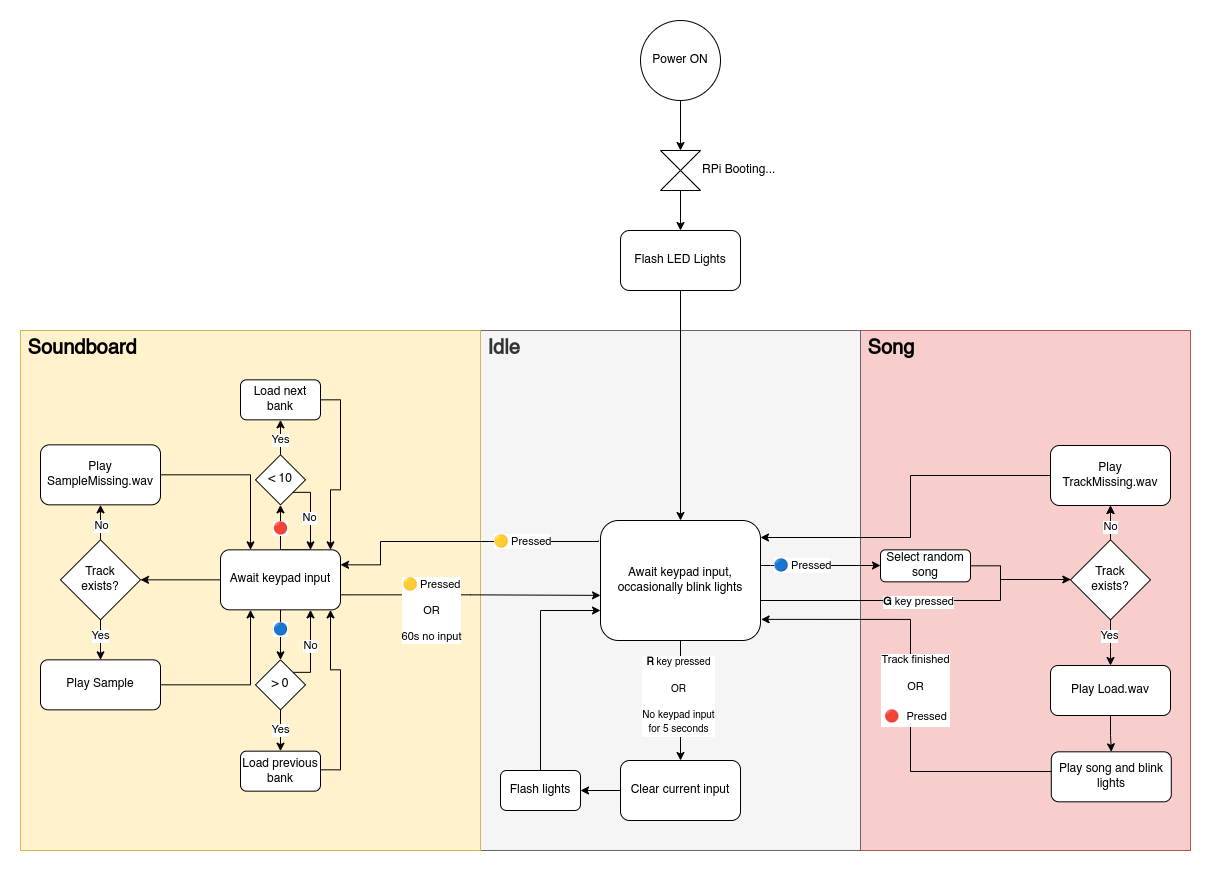
This is Docs/Diag.png from TuDo-Makerspace/Jukebox, a draw.io export, as it was before one commit. Source tidied: cells renumbered, new cells last; positions are measured from the earlier drawing's top-left corner, leaving out a move shared by most shapes.
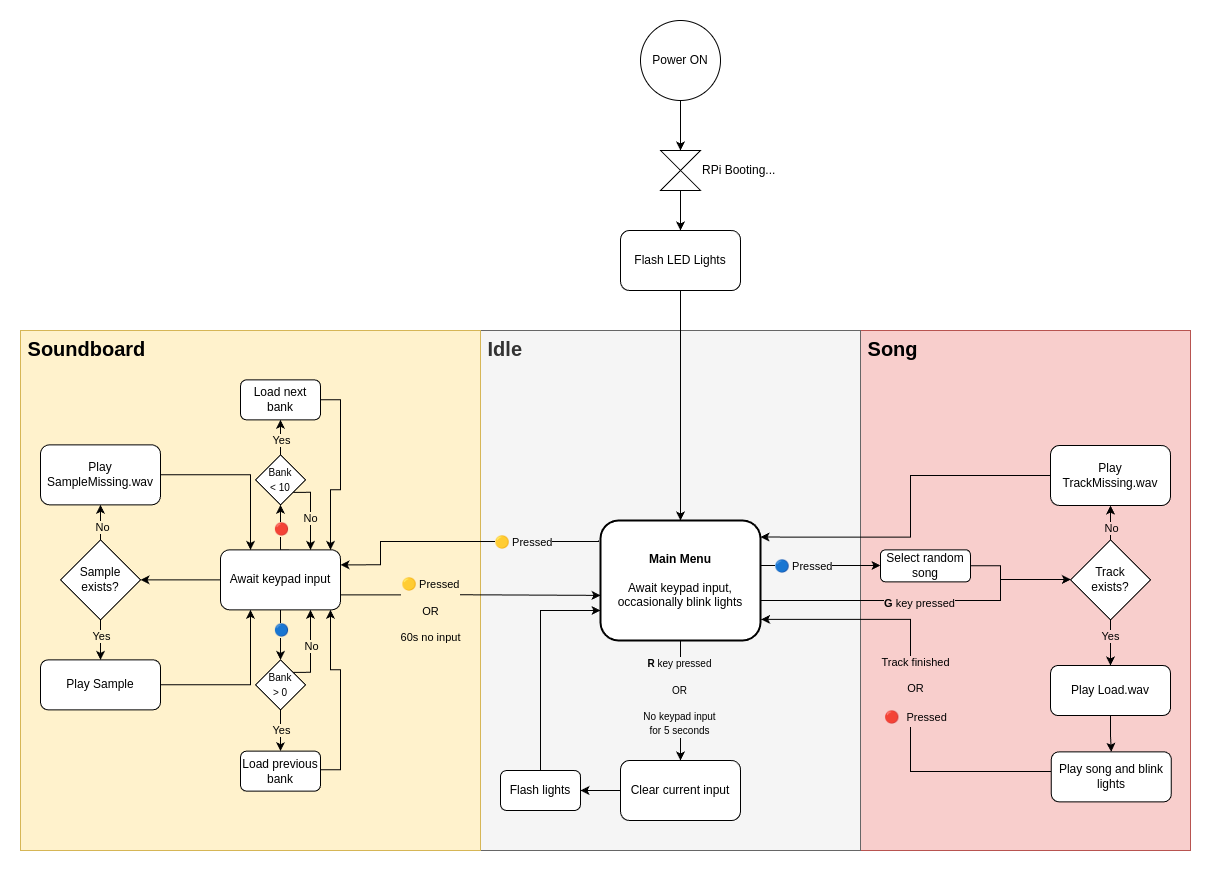
Later version of the same file.

Diff of the diagram source:
```diff
@@ -20,7 +20,7 @@
     <mxCell id="7" style="edgeStyle=orthogonalEdgeStyle;rounded=0;jettySize=auto;html=1;exitX=0.5;exitY=1;exitDx=0;exitDy=0;entryX=0.5;entryY=0;entryDx=0;entryDy=0;" parent="1" edge="1" source="15" target="21">
       <mxGeometry relative="1" as="geometry" />
     </mxCell>
-    <mxCell id="8" value="&lt;font style=&quot;font-size: 10px;&quot;&gt;&lt;b&gt;R&lt;/b&gt;&amp;nbsp;key pressed&lt;br&gt;&lt;br&gt;OR&lt;br&gt;&lt;br&gt;No keypad input&lt;/font&gt;&lt;div style=&quot;font-size: 12px;&quot;&gt;&lt;font style=&quot;font-size: 10px;&quot;&gt;for 5 seconds&lt;/font&gt;&lt;/div&gt;" style="edgeLabel;html=1;align=center;verticalAlign=middle;" parent="7" vertex="1">
+    <mxCell id="8" value="&lt;font style=&quot;font-size: 10px;&quot;&gt;&lt;b&gt;R&lt;/b&gt;&amp;nbsp;key pressed&lt;br&gt;&lt;br&gt;OR&lt;br&gt;&lt;br&gt;No keypad input&lt;/font&gt;&lt;div style=&quot;font-size: 12px;&quot;&gt;&lt;font style=&quot;font-size: 10px;&quot;&gt;for 5 seconds&lt;/font&gt;&lt;/div&gt;" style="edgeLabel;html=1;align=center;verticalAlign=middle;labelBackgroundColor=#F5F5F5;" parent="7" vertex="1">
       <mxGeometry x="-0.07" y="-2" relative="1" as="geometry" />
     </mxCell>
     <mxCell id="9" style="edgeStyle=orthogonalEdgeStyle;rounded=0;jettySize=auto;html=1;" parent="1" edge="1" source="15" target="29">
@@ -31,7 +31,7 @@
         </Array>
       </mxGeometry>
     </mxCell>
-    <mxCell id="10" value="&lt;b&gt;G&lt;/b&gt;&amp;nbsp;key pressed" style="edgeLabel;html=1;align=center;verticalAlign=middle;" parent="9" vertex="1">
+    <mxCell id="10" value="&lt;b&gt;G&lt;/b&gt;&amp;nbsp;key pressed" style="edgeLabel;html=1;align=center;verticalAlign=middle;labelBackgroundColor=#F8CECC;" parent="9" vertex="1">
       <mxGeometry x="-0.05" y="-2" relative="1" as="geometry" />
     </mxCell>
     <mxCell id="11" style="edgeStyle=orthogonalEdgeStyle;rounded=0;jettySize=auto;html=1;entryX=1;entryY=0.25;entryDx=0;entryDy=0;" parent="1" edge="1" target="42">
@@ -44,7 +44,7 @@
         </Array>
       </mxGeometry>
     </mxCell>
-    <mxCell id="12" value="&lt;strong style=&quot;color: rgb(59, 59, 59); font-family: -apple-system, BlinkMacSystemFont, &amp;quot;Segoe WPC&amp;quot;, &amp;quot;Segoe UI&amp;quot;, system-ui, Ubuntu, &amp;quot;Droid Sans&amp;quot;, sans-serif; text-align: start; text-wrap-mode: wrap;&quot;&gt;&lt;font style=&quot;font-size: 12px;&quot;&gt;🟡&amp;nbsp;&lt;/font&gt;&lt;/strong&gt;Pressed" style="edgeLabel;html=1;align=center;verticalAlign=middle;" parent="11" vertex="1">
+    <mxCell id="12" value="&lt;strong style=&quot;color: rgb(59, 59, 59); font-family: -apple-system, BlinkMacSystemFont, &amp;quot;Segoe WPC&amp;quot;, &amp;quot;Segoe UI&amp;quot;, system-ui, Ubuntu, &amp;quot;Droid Sans&amp;quot;, sans-serif; text-align: start; text-wrap-mode: wrap;&quot;&gt;&lt;font style=&quot;font-size: 12px;&quot;&gt;🟡&amp;nbsp;&lt;/font&gt;&lt;/strong&gt;Pressed" style="edgeLabel;html=1;align=center;verticalAlign=middle;labelBackgroundColor=#F5F5F5;" parent="11" vertex="1">
       <mxGeometry x="-0.21" y="1" relative="1" as="geometry">
         <mxPoint x="34" y="-1" as="offset" />
       </mxGeometry>
@@ -57,12 +57,12 @@
         </Array>
       </mxGeometry>
     </mxCell>
-    <mxCell id="14" value="&lt;strong style=&quot;forced-color-adjust: none; font-size: 11px; font-style: normal; font-variant-ligatures: normal; font-variant-caps: normal; letter-spacing: normal; orphans: 2; text-indent: 0px; text-transform: none; widows: 2; word-spacing: 0px; -webkit-text-stroke-width: 0px; white-space: normal; text-decoration-thickness: initial; text-decoration-style: initial; text-decoration-color: initial; color: rgb(59, 59, 59); font-family: -apple-system, BlinkMacSystemFont, &amp;quot;Segoe WPC&amp;quot;, &amp;quot;Segoe UI&amp;quot;, system-ui, Ubuntu, &amp;quot;Droid Sans&amp;quot;, sans-serif; text-align: start;&quot;&gt;&lt;font style=&quot;forced-color-adjust: none; font-size: 12px;&quot;&gt;&lt;strong style=&quot;background-color: light-dark(#ffffff, var(--ge-dark-color, #121212));&quot;&gt;🔵&lt;/strong&gt;&amp;nbsp;&lt;/font&gt;&lt;/strong&gt;&lt;span style=&quot;color: rgb(0, 0, 0); font-family: Helvetica; font-size: 11px; font-style: normal; font-variant-ligatures: normal; font-variant-caps: normal; font-weight: 400; letter-spacing: normal; orphans: 2; text-align: center; text-indent: 0px; text-transform: none; widows: 2; word-spacing: 0px; -webkit-text-stroke-width: 0px; white-space: nowrap; background-color: rgb(255, 255, 255); text-decoration-thickness: initial; text-decoration-style: initial; text-decoration-color: initial; display: inline !important; float: none;&quot;&gt;Pressed&lt;/span&gt;" style="edgeLabel;html=1;align=center;verticalAlign=middle;" parent="13" vertex="1">
+    <mxCell id="14" value="&lt;strong style=&quot;forced-color-adjust: none; font-size: 11px; font-style: normal; font-variant-ligatures: normal; font-variant-caps: normal; letter-spacing: normal; orphans: 2; text-indent: 0px; text-transform: none; widows: 2; word-spacing: 0px; -webkit-text-stroke-width: 0px; white-space: normal; text-decoration-thickness: initial; text-decoration-style: initial; text-decoration-color: initial; color: rgb(59, 59, 59); font-family: -apple-system, BlinkMacSystemFont, &amp;quot;Segoe WPC&amp;quot;, &amp;quot;Segoe UI&amp;quot;, system-ui, Ubuntu, &amp;quot;Droid Sans&amp;quot;, sans-serif; text-align: start;&quot;&gt;&lt;font style=&quot;forced-color-adjust: none; font-size: 12px;&quot;&gt;&lt;strong style=&quot;&quot;&gt;🔵&lt;/strong&gt;&amp;nbsp;&lt;/font&gt;&lt;/strong&gt;&lt;span style=&quot;color: rgb(0, 0, 0); font-family: Helvetica; font-size: 11px; font-style: normal; font-variant-ligatures: normal; font-variant-caps: normal; font-weight: 400; letter-spacing: normal; orphans: 2; text-align: center; text-indent: 0px; text-transform: none; widows: 2; word-spacing: 0px; -webkit-text-stroke-width: 0px; white-space: nowrap; text-decoration-thickness: initial; text-decoration-style: initial; text-decoration-color: initial; float: none; display: inline !important;&quot;&gt;Pressed&lt;/span&gt;" style="edgeLabel;html=1;align=center;verticalAlign=middle;labelBackgroundColor=#F5F5F5;" parent="13" vertex="1">
       <mxGeometry x="0.09" y="1" relative="1" as="geometry">
         <mxPoint x="-23" y="1" as="offset" />
       </mxGeometry>
     </mxCell>
-    <mxCell id="15" value="Await keypad input,&lt;div&gt;occasionally blink lights&lt;/div&gt;" style="rounded=1;whiteSpace=wrap;html=1;" parent="1" vertex="1">
+    <mxCell id="15" value="&lt;b&gt;Main Menu&lt;br&gt;&lt;/b&gt;&lt;br&gt;Await keypad input,&lt;div&gt;occasionally blink lights&lt;/div&gt;" style="rounded=1;whiteSpace=wrap;html=1;strokeWidth=2;" parent="1" vertex="1">
       <mxGeometry x="580" y="500" width="160" height="120" as="geometry" />
     </mxCell>
     <mxCell id="16" style="edgeStyle=orthogonalEdgeStyle;rounded=0;jettySize=auto;html=1;" parent="1" edge="1" source="17" target="19">
@@ -99,7 +99,7 @@
     <mxCell id="25" style="edgeStyle=orthogonalEdgeStyle;rounded=0;jettySize=auto;html=1;exitX=0.5;exitY=1;exitDx=0;exitDy=0;" parent="1" edge="1" source="29" target="33">
       <mxGeometry relative="1" as="geometry" />
     </mxCell>
-    <mxCell id="26" value="Yes" style="edgeLabel;html=1;align=center;verticalAlign=middle;" parent="25" vertex="1">
+    <mxCell id="26" value="Yes" style="edgeLabel;html=1;align=center;verticalAlign=middle;labelBackgroundColor=#F8CECC;" parent="25" vertex="1">
       <mxGeometry x="-0.62" relative="1" as="geometry">
         <mxPoint x="-1" y="7" as="offset" />
       </mxGeometry>
@@ -112,7 +112,7 @@
         </Array>
       </mxGeometry>
     </mxCell>
-    <mxCell id="28" value="No" style="edgeLabel;html=1;align=center;verticalAlign=middle;" parent="27" vertex="1">
+    <mxCell id="28" value="No" style="edgeLabel;html=1;align=center;verticalAlign=middle;labelBackgroundColor=#F8CECC;" parent="27" vertex="1">
       <mxGeometry x="-0.29" relative="1" as="geometry" />
     </mxCell>
     <mxCell id="29" value="Track&lt;br&gt;exists?" style="rhombus;whiteSpace=wrap;html=1;" parent="1" vertex="1">
@@ -147,7 +147,7 @@
         </Array>
       </mxGeometry>
     </mxCell>
-    <mxCell id="36" value="Track finished&lt;br&gt;&lt;br&gt;OR&lt;br&gt;&lt;br&gt;&lt;div style=&quot;color: rgb(59, 59, 59); font-family: &amp;quot;Droid Sans Mono&amp;quot;, &amp;quot;monospace&amp;quot;, monospace; line-height: 19px; white-space-collapse: preserve;&quot;&gt;&lt;span style=&quot;color: rgb(0, 0, 128); font-weight: bold;&quot;&gt;&lt;font style=&quot;font-size: 12px;&quot;&gt;🔴 &lt;/font&gt;&lt;/span&gt;&lt;span style=&quot;font-size: 11px; color: light-dark(rgb(0, 0, 0), rgb(255, 255, 255)); font-family: Helvetica; white-space-collapse: collapse;&quot;&gt;Pressed&lt;/span&gt;&lt;/div&gt;" style="edgeLabel;html=1;align=center;verticalAlign=middle;labelBackgroundColor=default;" parent="35" vertex="1">
+    <mxCell id="36" value="Track finished&lt;br&gt;&lt;br&gt;OR&lt;br&gt;&lt;br&gt;&lt;div style=&quot;color: rgb(59, 59, 59); font-family: &amp;quot;Droid Sans Mono&amp;quot;, &amp;quot;monospace&amp;quot;, monospace; line-height: 19px; white-space-collapse: preserve;&quot;&gt;&lt;span style=&quot;color: rgb(0, 0, 128); font-weight: bold;&quot;&gt;&lt;font style=&quot;font-size: 12px;&quot;&gt;🔴 &lt;/font&gt;&lt;/span&gt;&lt;span style=&quot;font-size: 11px; color: light-dark(rgb(0, 0, 0), rgb(255, 255, 255)); font-family: Helvetica; white-space-collapse: collapse;&quot;&gt;Pressed&lt;/span&gt;&lt;/div&gt;" style="edgeLabel;html=1;align=center;verticalAlign=middle;labelBackgroundColor=#F8CECC;" parent="35" vertex="1">
       <mxGeometry x="-0.54" y="1" relative="1" as="geometry">
         <mxPoint x="-35" y="-82" as="offset" />
       </mxGeometry>
@@ -162,13 +162,13 @@
         </Array>
       </mxGeometry>
     </mxCell>
-    <mxCell id="39" value="&lt;span style=&quot;color: rgb(0, 0, 128); font-family: &amp;quot;Droid Sans Mono&amp;quot;, &amp;quot;monospace&amp;quot;, monospace; font-size: 12px; font-weight: 700; white-space-collapse: preserve;&quot;&gt;🔴&lt;/span&gt;" style="edgeLabel;html=1;align=center;verticalAlign=middle;" parent="38" vertex="1">
+    <mxCell id="39" value="&lt;span style=&quot;color: rgb(0, 0, 128); font-family: &amp;quot;Droid Sans Mono&amp;quot;, &amp;quot;monospace&amp;quot;, monospace; font-size: 12px; font-weight: 700; white-space-collapse: preserve;&quot;&gt;🔴&lt;/span&gt;" style="edgeLabel;html=1;align=center;verticalAlign=middle;labelBackgroundColor=#FFF2CC;" parent="38" vertex="1">
       <mxGeometry x="0.37" relative="1" as="geometry" />
     </mxCell>
     <mxCell id="40" style="edgeStyle=orthogonalEdgeStyle;rounded=0;jettySize=auto;html=1;" parent="1" edge="1" source="42" target="63">
       <mxGeometry relative="1" as="geometry" />
     </mxCell>
-    <mxCell id="41" value="&lt;strong style=&quot;color: rgb(59, 59, 59); font-family: -apple-system, BlinkMacSystemFont, &amp;quot;Segoe WPC&amp;quot;, &amp;quot;Segoe UI&amp;quot;, system-ui, Ubuntu, &amp;quot;Droid Sans&amp;quot;, sans-serif; text-align: start; text-wrap-mode: wrap;&quot;&gt;&lt;font style=&quot;font-size: 12px;&quot;&gt;🔵&lt;/font&gt;&lt;/strong&gt;" style="edgeLabel;html=1;align=center;verticalAlign=middle;" parent="40" vertex="1">
+    <mxCell id="41" value="&lt;strong style=&quot;color: rgb(59, 59, 59); font-family: -apple-system, BlinkMacSystemFont, &amp;quot;Segoe WPC&amp;quot;, &amp;quot;Segoe UI&amp;quot;, system-ui, Ubuntu, &amp;quot;Droid Sans&amp;quot;, sans-serif; text-align: start; text-wrap-mode: wrap;&quot;&gt;&lt;font style=&quot;font-size: 12px;&quot;&gt;🔵&lt;/font&gt;&lt;/strong&gt;" style="edgeLabel;html=1;align=center;verticalAlign=middle;labelBackgroundColor=#FFF2CC;" parent="40" vertex="1">
       <mxGeometry x="-0.49" y="-1" relative="1" as="geometry">
         <mxPoint x="1" y="7" as="offset" />
       </mxGeometry>
@@ -179,16 +179,16 @@
     <mxCell id="43" style="edgeStyle=orthogonalEdgeStyle;rounded=0;jettySize=auto;html=1;" parent="1" edge="1" source="47" target="49">
       <mxGeometry relative="1" as="geometry" />
     </mxCell>
-    <mxCell id="44" value="&lt;span&gt;No&lt;/span&gt;" style="edgeLabel;html=1;align=center;verticalAlign=middle;labelBackgroundColor=default;" parent="43" vertex="1">
+    <mxCell id="44" value="&lt;span&gt;No&lt;/span&gt;" style="edgeLabel;html=1;align=center;verticalAlign=middle;labelBackgroundColor=#FFF2CC;" parent="43" vertex="1">
       <mxGeometry x="-0.41" y="-1" relative="1" as="geometry" />
     </mxCell>
     <mxCell id="45" style="edgeStyle=orthogonalEdgeStyle;rounded=0;jettySize=auto;html=1;" parent="1" edge="1" source="47" target="51">
       <mxGeometry relative="1" as="geometry" />
     </mxCell>
-    <mxCell id="46" value="Yes" style="edgeLabel;html=1;align=center;verticalAlign=middle;" parent="45" vertex="1">
+    <mxCell id="46" value="Yes" style="edgeLabel;html=1;align=center;verticalAlign=middle;labelBackgroundColor=#FFF2CC;" parent="45" vertex="1">
       <mxGeometry x="-0.2" relative="1" as="geometry" />
     </mxCell>
-    <mxCell id="47" value="Track&lt;br&gt;exists?" style="rhombus;whiteSpace=wrap;html=1;" parent="1" vertex="1">
+    <mxCell id="47" value="Sample&lt;br&gt;exists?" style="rhombus;whiteSpace=wrap;html=1;" parent="1" vertex="1">
       <mxGeometry x="40" y="519.3" width="80" height="80" as="geometry" />
     </mxCell>
     <mxCell id="48" style="edgeStyle=orthogonalEdgeStyle;rounded=0;jettySize=auto;html=1;" parent="1" edge="1" source="49" target="42">
@@ -227,10 +227,10 @@
     <mxCell id="54" style="edgeStyle=orthogonalEdgeStyle;rounded=0;jettySize=auto;html=1;" parent="1" edge="1" source="56" target="53">
       <mxGeometry relative="1" as="geometry" />
     </mxCell>
-    <mxCell id="55" value="Yes" style="edgeLabel;html=1;align=center;verticalAlign=middle;" parent="54" vertex="1">
+    <mxCell id="55" value="Yes" style="edgeLabel;html=1;align=center;verticalAlign=middle;labelBackgroundColor=#FFF2CC;" parent="54" vertex="1">
       <mxGeometry x="0.11" relative="1" as="geometry" />
     </mxCell>
-    <mxCell id="56" value="&amp;lt; 10" style="rhombus;whiteSpace=wrap;html=1;" parent="1" vertex="1">
+    <mxCell id="56" value="&lt;font style=&quot;font-size: 10px;&quot;&gt;Bank &lt;br&gt;&amp;lt; 10&lt;/font&gt;" style="rhombus;whiteSpace=wrap;html=1;" parent="1" vertex="1">
       <mxGeometry x="235" y="434.3" width="50" height="50" as="geometry" />
     </mxCell>
     <mxCell id="57" style="edgeStyle=orthogonalEdgeStyle;rounded=0;jettySize=auto;html=1;exitX=1;exitY=1;exitDx=0;exitDy=0;" parent="1" edge="1" source="56">
@@ -241,13 +241,13 @@
         </Array>
       </mxGeometry>
     </mxCell>
-    <mxCell id="58" value="No" style="edgeLabel;html=1;align=center;verticalAlign=middle;" parent="57" vertex="1">
+    <mxCell id="58" value="No" style="edgeLabel;html=1;align=center;verticalAlign=middle;labelBackgroundColor=#FFF2CC;" parent="57" vertex="1">
       <mxGeometry x="0.15" y="-1" relative="1" as="geometry" />
     </mxCell>
     <mxCell id="59" style="edgeStyle=orthogonalEdgeStyle;rounded=0;jettySize=auto;html=1;" parent="1" edge="1" source="63" target="65">
       <mxGeometry relative="1" as="geometry" />
     </mxCell>
-    <mxCell id="60" value="Yes" style="edgeLabel;html=1;align=center;verticalAlign=middle;" parent="59" vertex="1">
+    <mxCell id="60" value="Yes" style="edgeLabel;html=1;align=center;verticalAlign=middle;labelBackgroundColor=#FFF2CC;" parent="59" vertex="1">
       <mxGeometry x="-0.53" relative="1" as="geometry">
         <mxPoint y="10" as="offset" />
       </mxGeometry>
@@ -259,10 +259,10 @@
         </Array>
       </mxGeometry>
     </mxCell>
-    <mxCell id="62" value="No" style="edgeLabel;html=1;align=center;verticalAlign=middle;" parent="61" vertex="1">
+    <mxCell id="62" value="No" style="edgeLabel;html=1;align=center;verticalAlign=middle;labelBackgroundColor=#FFF2CC;" parent="61" vertex="1">
       <mxGeometry x="0.09" relative="1" as="geometry" />
     </mxCell>
-    <mxCell id="63" value="&amp;gt; 0" style="rhombus;whiteSpace=wrap;html=1;" parent="1" vertex="1">
+    <mxCell id="63" value="&lt;font style=&quot;font-size: 10px;&quot;&gt;Bank &lt;br&gt;&amp;gt; 0&lt;/font&gt;" style="rhombus;whiteSpace=wrap;html=1;" parent="1" vertex="1">
       <mxGeometry x="235" y="639.3" width="50" height="50" as="geometry" />
     </mxCell>
     <mxCell id="64" style="edgeStyle=orthogonalEdgeStyle;rounded=0;jettySize=auto;html=1;" parent="1" edge="1" source="65">
@@ -281,7 +281,7 @@
     <mxCell id="66" style="edgeStyle=orthogonalEdgeStyle;rounded=0;jettySize=auto;html=1;exitX=1;exitY=0.75;exitDx=0;exitDy=0;entryX=0;entryY=0.624;entryDx=0;entryDy=0;entryPerimeter=0;" parent="1" edge="1" source="42" target="15">
       <mxGeometry relative="1" as="geometry" />
     </mxCell>
-    <mxCell id="67" value="&lt;strong style=&quot;text-wrap-mode: wrap; color: rgb(59, 59, 59); font-family: -apple-system, BlinkMacSystemFont, &amp;quot;Segoe WPC&amp;quot;, &amp;quot;Segoe UI&amp;quot;, system-ui, Ubuntu, &amp;quot;Droid Sans&amp;quot;, sans-serif; text-align: start;&quot;&gt;&lt;font style=&quot;font-size: 12px;&quot;&gt;🟡&amp;nbsp;&lt;/font&gt;&lt;/strong&gt;Pressed&lt;br&gt;&lt;br&gt;OR&lt;br&gt;&lt;br&gt;60s no input" style="edgeLabel;html=1;align=center;verticalAlign=middle;" parent="66" vertex="1">
+    <mxCell id="67" value="&lt;strong style=&quot;text-wrap-mode: wrap; color: rgb(59, 59, 59); font-family: -apple-system, BlinkMacSystemFont, &amp;quot;Segoe WPC&amp;quot;, &amp;quot;Segoe UI&amp;quot;, system-ui, Ubuntu, &amp;quot;Droid Sans&amp;quot;, sans-serif; text-align: start;&quot;&gt;&lt;font style=&quot;font-size: 12px;&quot;&gt;🟡&amp;nbsp;&lt;/font&gt;&lt;/strong&gt;Pressed&lt;br&gt;&lt;br&gt;OR&lt;br&gt;&lt;br&gt;60s no input" style="edgeLabel;html=1;align=center;verticalAlign=middle;labelBackgroundColor=#FFF2CC;" parent="66" vertex="1">
       <mxGeometry x="-0.18" y="1" relative="1" as="geometry">
         <mxPoint x="-17" y="16" as="offset" />
       </mxGeometry>
```
